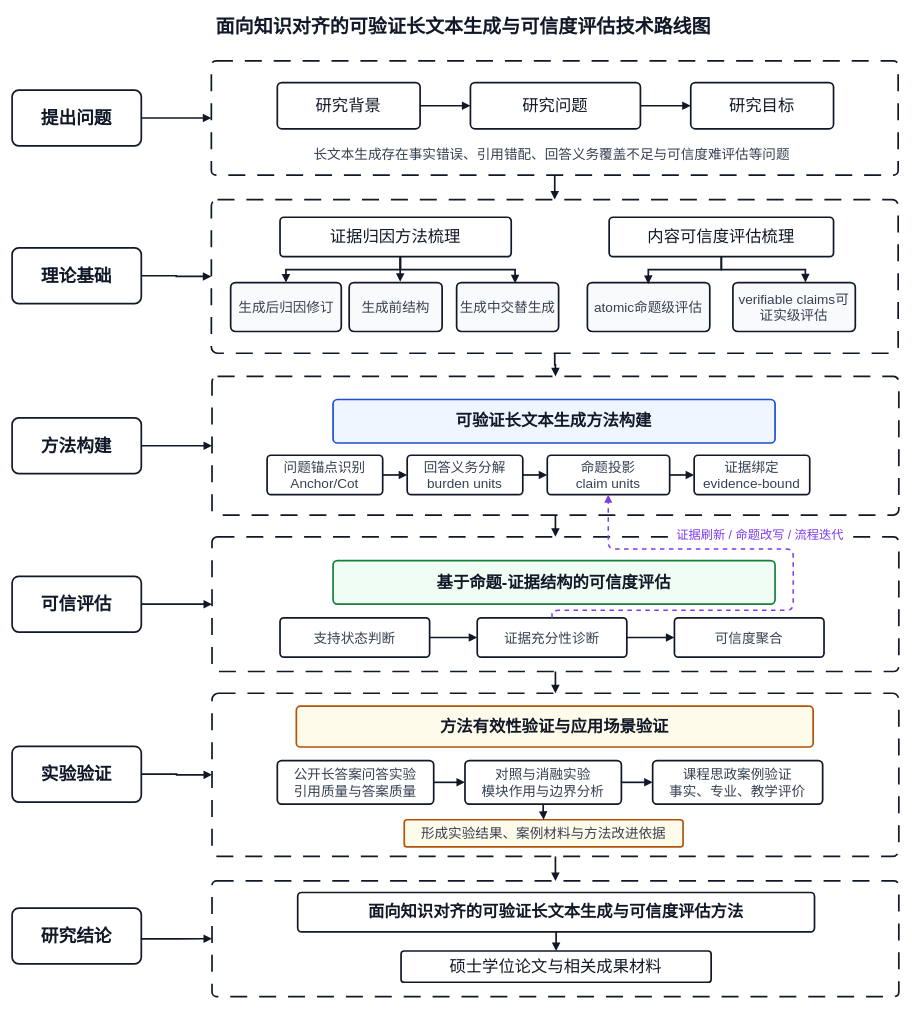
handsome-tony/picture keeps this draw.io diagram as 20260526技术路线图.drawio. Above is the earlier version. Source tidied: cells renumbered, new cells numbered last; positions are measured from the earlier drawing's top-left corner, leaving out a move shared by most shapes. Both pictures are drawn from the tidied source at 68%, with x=0, y=0 at pixel (12, 12).
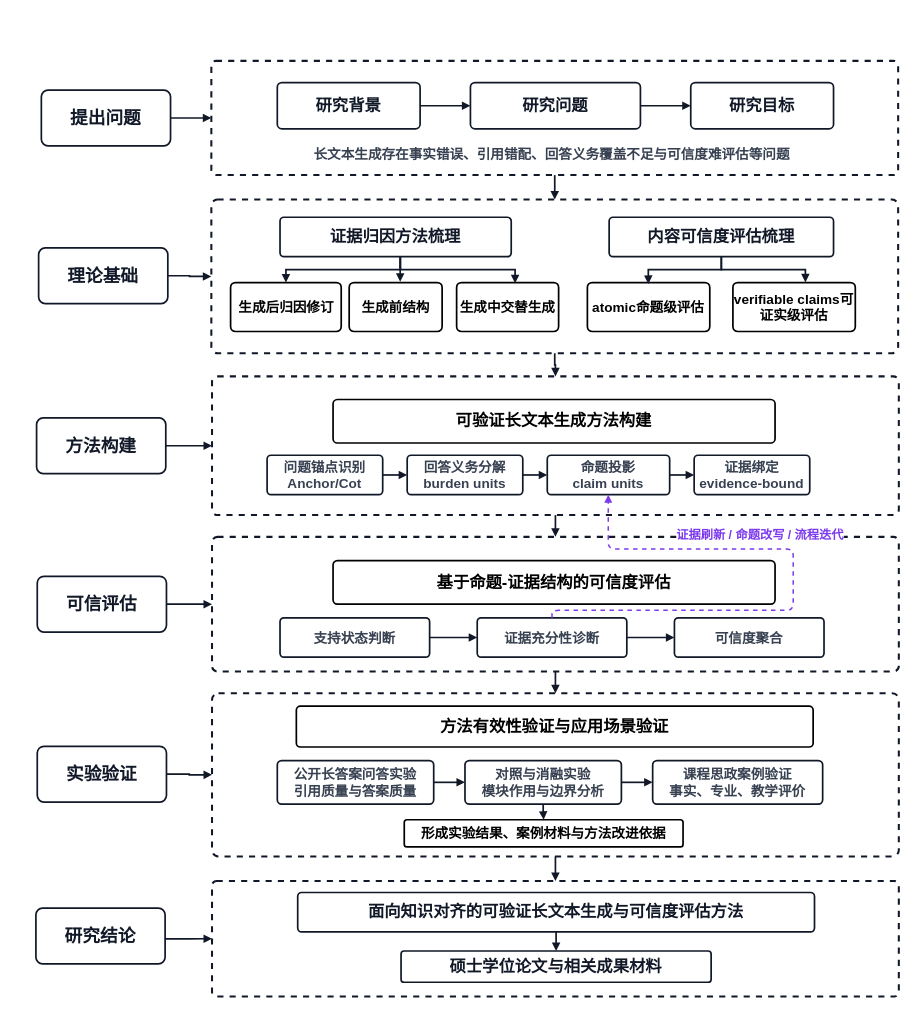
The same page after the edit.

Commit message:
更新20260526技术路线图.drawio

The edit, as a diff of the source:
```diff
@@
-    <mxCell id="2" value="面向知识对齐的可验证长文本生成与可信度评估技术路线图" style="text;html=1;strokeColor=none;fillColor=none;fontSize=28;fontStyle=1;fontColor=#111827;align=center;verticalAlign=middle;whiteSpace=wrap;" parent="1" vertex="1">
-      <mxGeometry x="174.3" width="980" height="44" as="geometry" />
-    </mxCell>
     <mxCell id="3" value="提出问题" style="rounded=1;whiteSpace=wrap;html=1;arcSize=12;fillColor=#FFFFFF;strokeColor=#111827;strokeWidth=2.5;fontSize=26;fontStyle=1;fontColor=#111827;align=center;verticalAlign=middle;" parent="1" vertex="1">
-      <mxGeometry x="0.3" y="115" width="190" height="82" as="geometry" />
+      <mxGeometry x="43.3" y="115" width="190" height="82" as="geometry" />
     </mxCell>
     <mxCell id="4" value="理论基础" style="rounded=1;whiteSpace=wrap;html=1;arcSize=12;fillColor=#FFFFFF;strokeColor=#111827;strokeWidth=2.5;fontSize=26;fontStyle=1;fontColor=#111827;align=center;verticalAlign=middle;" parent="1" vertex="1">
-      <mxGeometry x="0.3" y="347" width="190" height="82" as="geometry" />
+      <mxGeometry x="39.3" y="347" width="190" height="82" as="geometry" />
     </mxCell>
     <mxCell id="5" value="方法构建" style="rounded=1;whiteSpace=wrap;html=1;arcSize=12;fillColor=#FFFFFF;strokeColor=#111827;strokeWidth=2.5;fontSize=26;fontStyle=1;fontColor=#111827;align=center;verticalAlign=middle;" parent="1" vertex="1">
-      <mxGeometry x="0.3" y="597" width="190" height="82" as="geometry" />
+      <mxGeometry x="36.3" y="597" width="190" height="82" as="geometry" />
     </mxCell>
     <mxCell id="6" value="可信评估" style="rounded=1;whiteSpace=wrap;html=1;arcSize=12;fillColor=#FFFFFF;strokeColor=#111827;strokeWidth=2.5;fontSize=26;fontStyle=1;fontColor=#111827;align=center;verticalAlign=middle;" parent="1" vertex="1">
-      <mxGeometry x="0.3" y="830" width="190" height="82" as="geometry" />
+      <mxGeometry x="37.3" y="830" width="190" height="82" as="geometry" />
     </mxCell>
     <mxCell id="7" value="实验验证" style="rounded=1;whiteSpace=wrap;html=1;arcSize=12;fillColor=#FFFFFF;strokeColor=#111827;strokeWidth=2.5;fontSize=26;fontStyle=1;fontColor=#111827;align=center;verticalAlign=middle;" parent="1" vertex="1">
-      <mxGeometry x="0.3" y="1080" width="190" height="82" as="geometry" />
+      <mxGeometry x="37.3" y="1080" width="190" height="82" as="geometry" />
     </mxCell>
     <mxCell id="8" value="研究结论" style="rounded=1;whiteSpace=wrap;html=1;arcSize=12;fillColor=#FFFFFF;strokeColor=#111827;strokeWidth=2.5;fontSize=26;fontStyle=1;fontColor=#111827;align=center;verticalAlign=middle;" parent="1" vertex="1">
-      <mxGeometry x="0.3" y="1318" width="190" height="82" as="geometry" />
+      <mxGeometry x="35.3" y="1318" width="190" height="82" as="geometry" />
     </mxCell>
-    <mxCell id="9" style="rounded=1;whiteSpace=wrap;html=1;arcSize=4;fillColor=#FFFFFF;strokeColor=#111827;strokeWidth=2.5;dashed=1;dashPattern=10 7;" parent="1" vertex="1">
+    <mxCell id="9" style="rounded=1;whiteSpace=wrap;html=1;arcSize=4;fillColor=#FFFFFF;strokeColor=#111827;strokeWidth=3;dashed=1;" parent="1" vertex="1">
       <mxGeometry x="293.3" y="72" width="1010" height="168" as="geometry" />
     </mxCell>
-    <mxCell id="10" style="rounded=1;whiteSpace=wrap;html=1;arcSize=4;fillColor=#FFFFFF;strokeColor=#111827;strokeWidth=2.5;dashed=1;dashPattern=10 7;" parent="1" vertex="1">
+    <mxCell id="10" style="rounded=1;whiteSpace=wrap;html=1;arcSize=4;fillColor=#FFFFFF;strokeColor=#111827;strokeWidth=3;dashed=1;" parent="1" vertex="1">
       <mxGeometry x="293.3" y="276" width="1010" height="226" as="geometry" />
     </mxCell>
-    <mxCell id="11" style="rounded=1;whiteSpace=wrap;html=1;arcSize=4;fillColor=#FFFFFF;strokeColor=#111827;strokeWidth=2.5;dashed=1;dashPattern=10 7;" parent="1" vertex="1">
+    <mxCell id="11" style="rounded=1;whiteSpace=wrap;html=1;arcSize=4;fillColor=#FFFFFF;strokeColor=#111827;strokeWidth=3;dashed=1;" parent="1" vertex="1">
       <mxGeometry x="294.3" y="536" width="1010" height="204" as="geometry" />
     </mxCell>
-    <mxCell id="12" style="rounded=1;whiteSpace=wrap;html=1;arcSize=4;fillColor=#FFFFFF;strokeColor=#111827;strokeWidth=2.5;dashed=1;dashPattern=10 7;" parent="1" vertex="1">
+    <mxCell id="12" style="rounded=1;whiteSpace=wrap;html=1;arcSize=4;fillColor=#FFFFFF;strokeColor=#111827;strokeWidth=3;dashed=1;" parent="1" vertex="1">
       <mxGeometry x="294.3" y="772" width="1010" height="198" as="geometry" />
     </mxCell>
-    <mxCell id="13" style="rounded=1;whiteSpace=wrap;html=1;arcSize=4;fillColor=#FFFFFF;strokeColor=#111827;strokeWidth=2.5;dashed=1;dashPattern=10 7;" parent="1" vertex="1">
+    <mxCell id="13" style="rounded=1;whiteSpace=wrap;html=1;arcSize=4;fillColor=#FFFFFF;strokeColor=#111827;strokeWidth=3;dashed=1;" parent="1" vertex="1">
       <mxGeometry x="294.3" y="1002" width="1010" height="240" as="geometry" />
     </mxCell>
-    <mxCell id="14" style="rounded=1;whiteSpace=wrap;html=1;arcSize=4;fillColor=#FFFFFF;strokeColor=#111827;strokeWidth=2.5;dashed=1;dashPattern=10 7;" parent="1" vertex="1">
+    <mxCell id="14" style="rounded=1;whiteSpace=wrap;html=1;arcSize=4;fillColor=#FFFFFF;strokeColor=#111827;strokeWidth=3;dashed=1;" parent="1" vertex="1">
       <mxGeometry x="294.3" y="1278" width="1010" height="170" as="geometry" />
     </mxCell>
-    <mxCell id="15" value="研究背景" style="rounded=1;whiteSpace=wrap;html=1;arcSize=10;fillColor=#FFFFFF;strokeColor=#111827;strokeWidth=2.5;fontSize=24;fontColor=#111827;align=center;verticalAlign=middle;" parent="1" vertex="1">
+    <mxCell id="15" value="&lt;b&gt;研究背景&lt;/b&gt;" style="rounded=1;whiteSpace=wrap;html=1;arcSize=10;fillColor=#FFFFFF;strokeColor=#111827;strokeWidth=2.5;fontSize=24;fontColor=#111827;align=center;verticalAlign=middle;" parent="1" vertex="1">
       <mxGeometry x="390.3" y="104" width="210" height="68" as="geometry" />
     </mxCell>
-    <mxCell id="16" value="研究问题" style="rounded=1;whiteSpace=wrap;html=1;arcSize=10;fillColor=#FFFFFF;strokeColor=#111827;strokeWidth=2.5;fontSize=24;fontColor=#111827;align=center;verticalAlign=middle;" parent="1" vertex="1">
+    <mxCell id="16" value="&lt;b&gt;研究问题&lt;/b&gt;" style="rounded=1;whiteSpace=wrap;html=1;arcSize=10;fillColor=#FFFFFF;strokeColor=#111827;strokeWidth=2.5;fontSize=24;fontColor=#111827;align=center;verticalAlign=middle;" parent="1" vertex="1">
       <mxGeometry x="674.3" y="104" width="250" height="68" as="geometry" />
     </mxCell>
-    <mxCell id="17" value="研究目标" style="rounded=1;whiteSpace=wrap;html=1;arcSize=10;fillColor=#FFFFFF;strokeColor=#111827;strokeWidth=2.5;fontSize=24;fontColor=#111827;align=center;verticalAlign=middle;" parent="1" vertex="1">
+    <mxCell id="17" value="&lt;b&gt;研究目标&lt;/b&gt;" style="rounded=1;whiteSpace=wrap;html=1;arcSize=10;fillColor=#FFFFFF;strokeColor=#111827;strokeWidth=2.5;fontSize=24;fontColor=#111827;align=center;verticalAlign=middle;" parent="1" vertex="1">
       <mxGeometry x="998.3" y="104" width="210" height="68" as="geometry" />
     </mxCell>
-    <mxCell id="18" value="长文本生成存在事实错误、引用错配、回答义务覆盖不足与可信度难评估等问题" style="text;html=1;strokeColor=none;fillColor=none;fontSize=20;fontColor=#374151;align=center;verticalAlign=middle;whiteSpace=wrap;" parent="1" vertex="1">
+    <mxCell id="18" value="&lt;b&gt;长文本生成存在事实错误、引用错配、回答义务覆盖不足与可信度难评估等问题&lt;/b&gt;" style="text;html=1;strokeColor=none;fillColor=none;fontSize=20;fontColor=#374151;align=center;verticalAlign=middle;whiteSpace=wrap;" parent="1" vertex="1">
       <mxGeometry x="414.3" y="192" width="760" height="34" as="geometry" />
     </mxCell>
-    <mxCell id="19" value="证据归因方法梳理" style="rounded=1;whiteSpace=wrap;html=1;arcSize=10;fillColor=#FFFFFF;strokeColor=#111827;strokeWidth=2.5;fontSize=24;fontColor=#111827;align=center;verticalAlign=middle;" parent="1" vertex="1">
+    <mxCell id="19" value="&lt;b&gt;证据归因方法梳理&lt;/b&gt;" style="rounded=1;whiteSpace=wrap;html=1;arcSize=10;fillColor=#FFFFFF;strokeColor=#111827;strokeWidth=2.5;fontSize=24;fontColor=#111827;align=center;verticalAlign=middle;" parent="1" vertex="1">
       <mxGeometry x="394.3" y="302" width="340" height="58" as="geometry" />
     </mxCell>
-    <mxCell id="20" value="内容可信度评估梳理" style="rounded=1;whiteSpace=wrap;html=1;arcSize=10;fillColor=#FFFFFF;strokeColor=#111827;strokeWidth=2.5;fontSize=24;fontColor=#111827;align=center;verticalAlign=middle;" parent="1" vertex="1">
+    <mxCell id="20" value="&lt;b&gt;内容可信度评估梳理&lt;/b&gt;" style="rounded=1;whiteSpace=wrap;html=1;arcSize=10;fillColor=#FFFFFF;strokeColor=#111827;strokeWidth=2.5;fontSize=24;fontColor=#111827;align=center;verticalAlign=middle;" parent="1" vertex="1">
       <mxGeometry x="878.3" y="302" width="330" height="58" as="geometry" />
     </mxCell>
-    <mxCell id="21" value="生成后归因修订" style="rounded=1;whiteSpace=wrap;html=1;arcSize=10;fillColor=#F8FAFC;strokeColor=#111827;strokeWidth=2.5;fontSize=20;fontColor=#374151;align=center;verticalAlign=middle;" parent="1" vertex="1">
-      <mxGeometry x="321.7" y="398" width="162.7" height="72" as="geometry" />
+    <mxCell id="21" value="&lt;b&gt;生成后归因修订&lt;/b&gt;" style="rounded=1;whiteSpace=wrap;html=1;arcSize=10;strokeWidth=2.5;fontSize=20;align=center;verticalAlign=middle;" parent="1" vertex="1">
+      <mxGeometry x="321.6" y="398" width="162.7" height="72" as="geometry" />
     </mxCell>
-    <mxCell id="22" value="atomic命题级评估" style="rounded=1;whiteSpace=wrap;html=1;arcSize=10;fillColor=#F8FAFC;strokeColor=#111827;strokeWidth=2.5;fontSize=20;fontColor=#374151;align=center;verticalAlign=middle;" parent="1" vertex="1">
+    <mxCell id="22" value="&lt;b&gt;atomic命题级评估&lt;/b&gt;" style="rounded=1;whiteSpace=wrap;html=1;arcSize=10;strokeWidth=2.5;fontSize=20;align=center;verticalAlign=middle;" parent="1" vertex="1">
       <mxGeometry x="846.3" y="398" width="180" height="72" as="geometry" />
     </mxCell>
-    <mxCell id="23" value="verifiable claims可证实级评估" style="rounded=1;whiteSpace=wrap;html=1;arcSize=10;fillColor=#F8FAFC;strokeColor=#111827;strokeWidth=2.5;fontSize=20;fontColor=#374151;align=center;verticalAlign=middle;" parent="1" vertex="1">
+    <mxCell id="23" value="&lt;b&gt;verifiable claims可证实级评估&lt;/b&gt;" style="rounded=1;whiteSpace=wrap;html=1;arcSize=10;strokeWidth=2.5;fontSize=20;align=center;verticalAlign=middle;" parent="1" vertex="1">
       <mxGeometry x="1060.3" y="398" width="180" height="72" as="geometry" />
     </mxCell>
-    <mxCell id="24" value="可验证长文本生成方法构建" style="rounded=1;whiteSpace=wrap;html=1;arcSize=10;fillColor=#EFF6FF;strokeColor=#1D4ED8;strokeWidth=2.5;fontSize=24;fontStyle=1;fontColor=#111827;align=center;verticalAlign=middle;" parent="1" vertex="1">
+    <mxCell id="24" value="可验证长文本生成方法构建" style="rounded=1;whiteSpace=wrap;html=1;arcSize=10;strokeWidth=2.5;fontSize=24;fontStyle=1;align=center;verticalAlign=middle;" parent="1" vertex="1">
       <mxGeometry x="472.3" y="570" width="650" height="64" as="geometry" />
     </mxCell>
-    <mxCell id="25" value="问题锚点识别&lt;div&gt;Anchor/Cot&lt;/div&gt;" style="rounded=1;whiteSpace=wrap;html=1;arcSize=10;fillColor=#FFFFFF;strokeColor=#111827;strokeWidth=2.5;fontSize=20;fontColor=#374151;align=center;verticalAlign=middle;" parent="1" vertex="1">
+    <mxCell id="25" value="&lt;b&gt;问题锚点识别&lt;/b&gt;&lt;div&gt;&lt;b&gt;Anchor/Cot&lt;/b&gt;&lt;/div&gt;" style="rounded=1;whiteSpace=wrap;html=1;arcSize=10;fillColor=#FFFFFF;strokeColor=#111827;strokeWidth=2.5;fontSize=20;fontColor=#374151;align=center;verticalAlign=middle;" parent="1" vertex="1">
       <mxGeometry x="375.3" y="652" width="170" height="58" as="geometry" />
     </mxCell>
-    <mxCell id="26" value="回答义务分解&lt;div&gt;burden units&lt;/div&gt;" style="rounded=1;whiteSpace=wrap;html=1;arcSize=10;fillColor=#FFFFFF;strokeColor=#111827;strokeWidth=2.5;fontSize=20;fontColor=#374151;align=center;verticalAlign=middle;" parent="1" vertex="1">
+    <mxCell id="26" value="&lt;b&gt;回答义务分解&lt;/b&gt;&lt;div&gt;&lt;b&gt;burden units&lt;/b&gt;&lt;/div&gt;" style="rounded=1;whiteSpace=wrap;html=1;arcSize=10;fillColor=#FFFFFF;strokeColor=#111827;strokeWidth=2.5;fontSize=20;fontColor=#374151;align=center;verticalAlign=middle;" parent="1" vertex="1">
       <mxGeometry x="581.3" y="652" width="170" height="58" as="geometry" />
     </mxCell>
-    <mxCell id="27" value="命题投影&lt;div&gt;claim units&lt;/div&gt;" style="rounded=1;whiteSpace=wrap;html=1;arcSize=10;fillColor=#FFFFFF;strokeColor=#111827;strokeWidth=2.5;fontSize=20;fontColor=#374151;align=center;verticalAlign=middle;" parent="1" vertex="1">
+    <mxCell id="27" value="&lt;b&gt;命题投影&lt;/b&gt;&lt;div&gt;&lt;b&gt;claim units&lt;/b&gt;&lt;/div&gt;" style="rounded=1;whiteSpace=wrap;html=1;arcSize=10;fillColor=#FFFFFF;strokeColor=#111827;strokeWidth=2.5;fontSize=20;fontColor=#374151;align=center;verticalAlign=middle;" parent="1" vertex="1">
       <mxGeometry x="787.3" y="652" width="180" height="58" as="geometry" />
     </mxCell>
-    <mxCell id="28" value="证据绑定&lt;div&gt;evidence-bound&lt;/div&gt;" style="rounded=1;whiteSpace=wrap;html=1;arcSize=10;fillColor=#FFFFFF;strokeColor=#111827;strokeWidth=2.5;fontSize=20;fontColor=#374151;align=center;verticalAlign=middle;" parent="1" vertex="1">
+    <mxCell id="28" value="&lt;b&gt;证据绑定&lt;/b&gt;&lt;div&gt;&lt;b&gt;evidence-bound&lt;/b&gt;&lt;/div&gt;" style="rounded=1;whiteSpace=wrap;html=1;arcSize=10;fillColor=#FFFFFF;strokeColor=#111827;strokeWidth=2.5;fontSize=20;fontColor=#374151;align=center;verticalAlign=middle;" parent="1" vertex="1">
       <mxGeometry x="1003.3" y="652" width="170" height="58" as="geometry" />
     </mxCell>
-    <mxCell id="29" value="基于命题-证据结构的可信度评估" style="rounded=1;whiteSpace=wrap;html=1;arcSize=10;fillColor=#F0FDF4;strokeColor=#15803D;strokeWidth=2.5;fontSize=24;fontStyle=1;fontColor=#111827;align=center;verticalAlign=middle;" parent="1" vertex="1">
+    <mxCell id="29" value="基于命题-证据结构的可信度评估" style="rounded=1;whiteSpace=wrap;html=1;arcSize=10;strokeWidth=2.5;fontSize=24;fontStyle=1;align=center;verticalAlign=middle;" parent="1" vertex="1">
       <mxGeometry x="472.3" y="807" width="650" height="64" as="geometry" />
     </mxCell>
-    <mxCell id="30" value="支持状态判断" style="rounded=1;whiteSpace=wrap;html=1;arcSize=10;fillColor=#FFFFFF;strokeColor=#111827;strokeWidth=2.5;fontSize=20;fontColor=#374151;align=center;verticalAlign=middle;" parent="1" vertex="1">
+    <mxCell id="30" value="&lt;b&gt;支持状态判断&lt;/b&gt;" style="rounded=1;whiteSpace=wrap;html=1;arcSize=10;fillColor=#FFFFFF;strokeColor=#111827;strokeWidth=2.5;fontSize=20;fontColor=#374151;align=center;verticalAlign=middle;" parent="1" vertex="1">
       <mxGeometry x="394.3" y="891" width="220" height="58" as="geometry" />
     </mxCell>
-    <mxCell id="31" value="证据充分性诊断" style="rounded=1;whiteSpace=wrap;html=1;arcSize=10;fillColor=#FFFFFF;strokeColor=#111827;strokeWidth=2.5;fontSize=20;fontColor=#374151;align=center;verticalAlign=middle;" parent="1" vertex="1">
+    <mxCell id="31" value="&lt;b&gt;证据充分性诊断&lt;/b&gt;" style="rounded=1;whiteSpace=wrap;html=1;arcSize=10;fillColor=#FFFFFF;strokeColor=#111827;strokeWidth=2.5;fontSize=20;fontColor=#374151;align=center;verticalAlign=middle;" parent="1" vertex="1">
       <mxGeometry x="684.3" y="891" width="220" height="58" as="geometry" />
     </mxCell>
-    <mxCell id="32" value="可信度聚合" style="rounded=1;whiteSpace=wrap;html=1;arcSize=10;fillColor=#FFFFFF;strokeColor=#111827;strokeWidth=2.5;fontSize=20;fontColor=#374151;align=center;verticalAlign=middle;" parent="1" vertex="1">
+    <mxCell id="32" value="&lt;b&gt;可信度聚合&lt;/b&gt;" style="rounded=1;whiteSpace=wrap;html=1;arcSize=10;fillColor=#FFFFFF;strokeColor=#111827;strokeWidth=2.5;fontSize=20;fontColor=#374151;align=center;verticalAlign=middle;" parent="1" vertex="1">
       <mxGeometry x="974.3" y="891" width="220" height="58" as="geometry" />
     </mxCell>
-    <mxCell id="33" value="方法有效性验证与应用场景验证" style="rounded=1;whiteSpace=wrap;html=1;arcSize=10;fillColor=#FFFBEB;strokeColor=#B45309;strokeWidth=2.5;fontSize=24;fontStyle=1;fontColor=#111827;align=center;verticalAlign=middle;" parent="1" vertex="1">
+    <mxCell id="33" value="方法有效性验证与应用场景验证" style="rounded=1;whiteSpace=wrap;html=1;arcSize=10;strokeWidth=2.5;fontSize=24;fontStyle=1;align=center;verticalAlign=middle;" parent="1" vertex="1">
       <mxGeometry x="418.3" y="1021" width="760" height="60" as="geometry" />
     </mxCell>
-    <mxCell id="34" value="公开长答案问答实验&lt;br&gt;引用质量与答案质量" style="rounded=1;whiteSpace=wrap;html=1;arcSize=10;fillColor=#FFFFFF;strokeColor=#111827;strokeWidth=2.5;fontSize=20;fontColor=#374151;align=center;verticalAlign=middle;" parent="1" vertex="1">
+    <mxCell id="34" value="&lt;b&gt;公开长答案问答实验&lt;br&gt;引用质量与答案质量&lt;/b&gt;" style="rounded=1;whiteSpace=wrap;html=1;arcSize=10;fillColor=#FFFFFF;strokeColor=#111827;strokeWidth=2.5;fontSize=20;fontColor=#374151;align=center;verticalAlign=middle;" parent="1" vertex="1">
       <mxGeometry x="390.3" y="1101" width="230" height="64" as="geometry" />
     </mxCell>
-    <mxCell id="35" value="对照与消融实验&lt;br&gt;模块作用与边界分析" style="rounded=1;whiteSpace=wrap;html=1;arcSize=10;fillColor=#FFFFFF;strokeColor=#111827;strokeWidth=2.5;fontSize=20;fontColor=#374151;align=center;verticalAlign=middle;" parent="1" vertex="1">
+    <mxCell id="35" value="&lt;b&gt;对照与消融实验&lt;br&gt;模块作用与边界分析&lt;/b&gt;" style="rounded=1;whiteSpace=wrap;html=1;arcSize=10;fillColor=#FFFFFF;strokeColor=#111827;strokeWidth=2.5;fontSize=20;fontColor=#374151;align=center;verticalAlign=middle;" parent="1" vertex="1">
       <mxGeometry x="666.3" y="1101" width="230" height="64" as="geometry" />
     </mxCell>
-    <mxCell id="36" value="课程思政案例验证&lt;br&gt;事实、专业、教学评价" style="rounded=1;whiteSpace=wrap;html=1;arcSize=10;fillColor=#FFFFFF;strokeColor=#111827;strokeWidth=2.5;fontSize=20;fontColor=#374151;align=center;verticalAlign=middle;" parent="1" vertex="1">
+    <mxCell id="36" value="&lt;b&gt;课程思政案例验证&lt;br&gt;事实、专业、教学评价&lt;/b&gt;" style="rounded=1;whiteSpace=wrap;html=1;arcSize=10;fillColor=#FFFFFF;strokeColor=#111827;strokeWidth=2.5;fontSize=20;fontColor=#374151;align=center;verticalAlign=middle;" parent="1" vertex="1">
       <mxGeometry x="942.3" y="1101" width="250" height="64" as="geometry" />
     </mxCell>
-    <mxCell id="37" value="形成实验结果、案例材料与方法改进依据" style="rounded=1;whiteSpace=wrap;html=1;arcSize=10;fillColor=#FFFBEB;strokeColor=#B45309;strokeWidth=2.5;fontSize=20;fontColor=#374151;align=center;verticalAlign=middle;" parent="1" vertex="1">
+    <mxCell id="37" value="&lt;b&gt;形成实验结果、案例材料与方法改进依据&lt;/b&gt;" style="rounded=1;whiteSpace=wrap;html=1;arcSize=10;strokeWidth=2.5;fontSize=20;align=center;verticalAlign=middle;" parent="1" vertex="1">
       <mxGeometry x="577" y="1188" width="410" height="40" as="geometry" />
     </mxCell>
@@
-    <mxCell id="39" value="硕士学位论文与相关成果材料" style="rounded=1;whiteSpace=wrap;html=1;arcSize=10;fillColor=#FFFFFF;strokeColor=#111827;strokeWidth=2.5;fontSize=24;fontColor=#111827;align=center;verticalAlign=middle;" parent="1" vertex="1">
+    <mxCell id="39" value="&lt;b&gt;硕士学位论文与相关成果材料&lt;/b&gt;" style="rounded=1;whiteSpace=wrap;html=1;arcSize=10;fillColor=#FFFFFF;strokeColor=#111827;strokeWidth=2.5;fontSize=24;fontColor=#111827;align=center;verticalAlign=middle;" parent="1" vertex="1">
       <mxGeometry x="572.3" y="1381" width="456" height="46" as="geometry" />
     </mxCell>
@@
-    <mxCell id="62" value="证据刷新 / 命题改写 / 流程迭代" style="edgeStyle=orthogonalEdgeStyle;rounded=1;html=1;strokeColor=#7C3AED;strokeWidth=2.2;dashed=1;endArrow=block;endFill=1;fontSize=18;fontColor=#7C3AED;exitX=0.5;exitY=0;exitDx=0;exitDy=0;" parent="1" edge="1" source="31" target="27">
+    <mxCell id="62" value="&lt;b&gt;证据刷新 / 命题改写 / 流程迭代&lt;/b&gt;" style="edgeStyle=orthogonalEdgeStyle;rounded=1;html=1;strokeColor=#7C3AED;strokeWidth=2.2;dashed=1;endArrow=block;endFill=1;fontSize=18;fontColor=#7C3AED;exitX=0.5;exitY=0;exitDx=0;exitDy=0;" parent="1" edge="1" source="31" target="27">
       <mxGeometry x="0.25" y="-20" relative="1" as="geometry">
         <Array as="points">
           <mxPoint x="794" y="880" />
           <mxPoint x="1149" y="880" />
           <mxPoint x="1149" y="790" />
           <mxPoint x="877" y="790" />
         </Array>
       </mxGeometry>
     </mxCell>
-    <mxCell id="63" value="生成前结构" style="rounded=1;whiteSpace=wrap;html=1;arcSize=10;fillColor=#F8FAFC;strokeColor=#111827;strokeWidth=2.5;fontSize=20;fontColor=#374151;align=center;verticalAlign=middle;" parent="1" vertex="1">
+    <mxCell id="63" value="&lt;b&gt;生成前结构&lt;/b&gt;" style="rounded=1;whiteSpace=wrap;html=1;arcSize=10;strokeWidth=2.5;fontSize=20;align=center;verticalAlign=middle;" parent="1" vertex="1">
       <mxGeometry x="496" y="398" width="136.7" height="72" as="geometry" />
     </mxCell>
-    <mxCell id="64" value="生成中交替生成" style="rounded=1;whiteSpace=wrap;html=1;arcSize=10;fillColor=#F8FAFC;strokeColor=#111827;strokeWidth=2.5;fontSize=20;fontColor=#374151;align=center;verticalAlign=middle;" parent="1" vertex="1">
+    <mxCell id="64" value="&lt;b&gt;生成中交替生成&lt;/b&gt;" style="rounded=1;whiteSpace=wrap;html=1;arcSize=10;strokeWidth=2.5;fontSize=20;align=center;verticalAlign=middle;" parent="1" vertex="1">
       <mxGeometry x="654" y="398" width="150" height="72" as="geometry" />
     </mxCell>
@@
     <mxCell id="66" style="edgeStyle=orthogonalEdgeStyle;rounded=0;html=1;strokeColor=#111827;strokeWidth=2.5;endArrow=block;endFill=1;exitX=0.521;exitY=1.001;exitDx=0;exitDy=0;exitPerimeter=0;" parent="1" edge="1">
       <mxGeometry relative="1" as="geometry">
-        <mxPoint x="571.5" y="359.1" as="sourcePoint" />
+        <mxPoint x="571.4" y="359.1" as="sourcePoint" />
         <mxPoint x="740" y="399" as="targetPoint" />
         <Array as="points">
           <mxPoint x="571" y="379" />
           <mxPoint x="740" y="379" />
         </Array>
       </mxGeometry>
     </mxCell>
```
